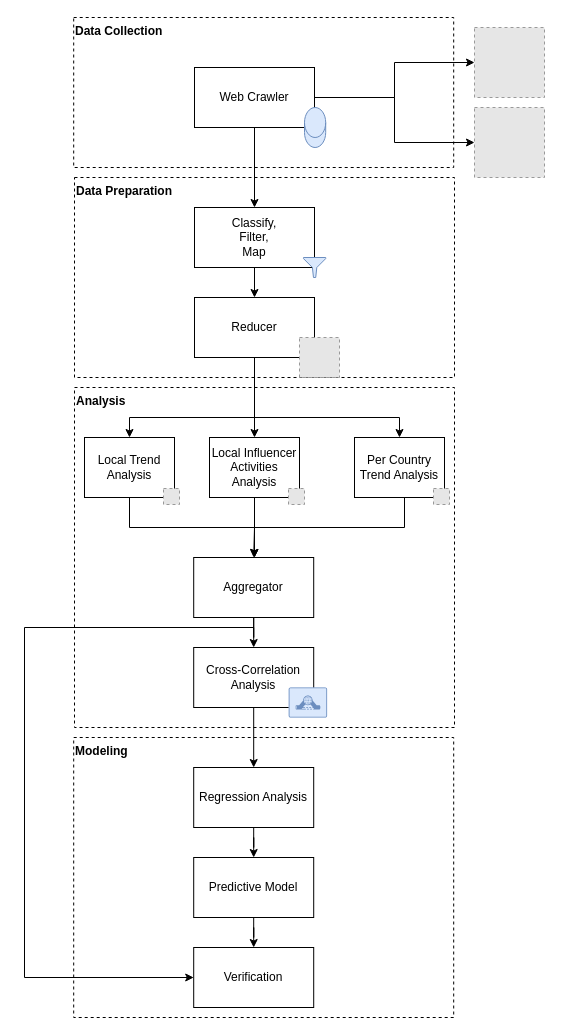
Earlier version of the draw.io diagram cs5344_methodology.drawio (Nickstawns/CS5344). Source tidied: cells renumbered, new cells numbered last; positions are measured from the earlier drawing's top-left corner, leaving out a move shared by most shapes. Both pictures are drawn from the tidied source at 100%, with x=0, y=0 at pixel (24, 17). Pictures stored in the file or linked from it are replaced by grey dashed boxes.
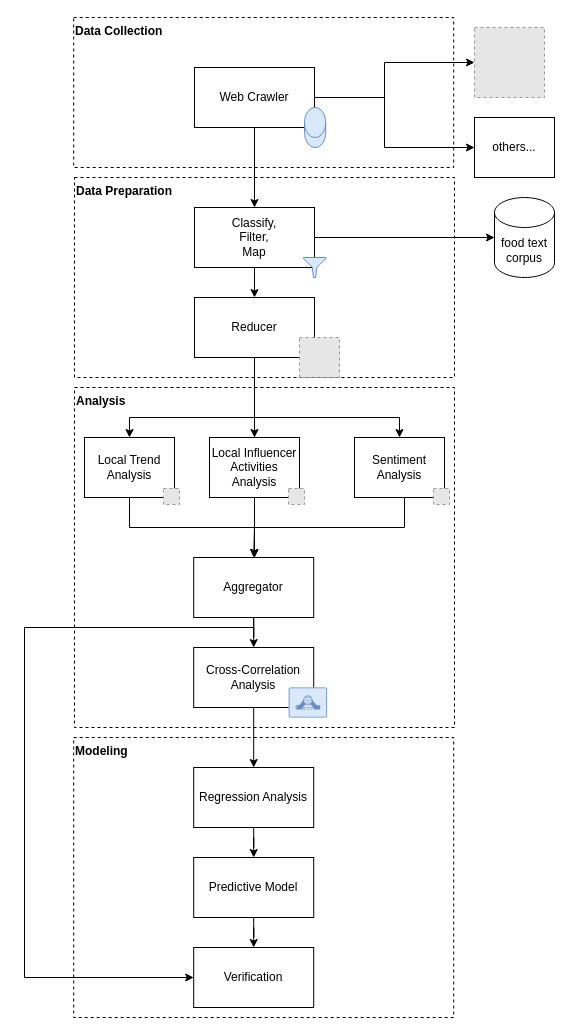
After the change.

The change refers to these unchanged cells:
```xml
<mxCell id="12" value="Web Crawler" style="rounded=0;whiteSpace=wrap;html=1;" parent="1" vertex="1">
  <mxGeometry x="170" y="50" width="120" height="60" as="geometry" />
</mxCell>
<mxCell id="13" style="fillColor=#E6E6E6;strokeColor=#999999;dashed=1;verticalLabelPosition=bottom;labelBackgroundColor=#ffffff;verticalAlign=top;" parent="1" vertex="1">
  <mxGeometry x="450" y="10" width="70" height="70" as="geometry" />
</mxCell>
<mxCell id="16" value="Classify,&lt;br&gt;Filter,&lt;br&gt;Map" style="rounded=0;whiteSpace=wrap;html=1;" parent="1" vertex="1">
  <mxGeometry x="170" y="190" width="120" height="60" as="geometry" />
</mxCell>
<mxCell id="23" value="Reducer" style="rounded=0;whiteSpace=wrap;html=1;" parent="1" vertex="1">
  <mxGeometry x="170" y="280" width="120" height="60" as="geometry" />
</mxCell>
<mxCell id="32" value="Local Influencer Activities Analysis" style="rounded=0;whiteSpace=wrap;html=1;" parent="31" vertex="1">
  <mxGeometry width="90" height="60" as="geometry" />
</mxCell>
<mxCell id="34" style="group;" parent="1" vertex="1">
  <mxGeometry x="330" y="420" width="95" height="67" as="geometry" />
</mxCell>
```

What changed in the source:
```diff
@@
     <mxCell id="9" style="edgeStyle=orthogonalEdgeStyle;rounded=0;jettySize=auto;html=1;" parent="1" edge="1" source="12" target="13">
-      <mxGeometry relative="1" as="geometry" />
+      <mxGeometry relative="1" as="geometry">
+        <Array as="points">
+          <mxPoint x="360" y="80" />
+          <mxPoint x="360" y="45" />
+        </Array>
+      </mxGeometry>
     </mxCell>
-    <mxCell id="10" style="edgeStyle=orthogonalEdgeStyle;rounded=0;jettySize=auto;html=1;" parent="1" edge="1" source="12" target="14">
-      <mxGeometry relative="1" as="geometry" />
+    <mxCell id="10" style="edgeStyle=orthogonalEdgeStyle;rounded=0;jettySize=auto;html=1;" parent="1" edge="1" source="12" target="45">
+      <mxGeometry relative="1" as="geometry">
+        <Array as="points">
+          <mxPoint x="360" y="80" />
+          <mxPoint x="360" y="130" />
+        </Array>
+      </mxGeometry>
     </mxCell>
@@
-    <mxCell id="14" style="fillColor=#E6E6E6;strokeColor=#999999;dashed=1;verticalLabelPosition=bottom;labelBackgroundColor=#ffffff;verticalAlign=top;" parent="1" vertex="1">
-      <mxGeometry x="450" y="90" width="70" height="70" as="geometry" />
-    </mxCell>
@@
+    <mxCell id="44" style="edgeStyle=orthogonalEdgeStyle;rounded=0;jettySize=auto;html=1;" parent="1" edge="1" source="16" target="46">
+      <mxGeometry relative="1" as="geometry" />
+    </mxCell>
@@
-    <mxCell id="22" style="edgeStyle=orthogonalEdgeStyle;rounded=0;jettySize=auto;html=1;" parent="1" edge="1" source="23" target="35">
+    <mxCell id="22" style="edgeStyle=orthogonalEdgeStyle;rounded=0;jettySize=auto;html=1;" parent="1" edge="1" source="32" target="35">
       <mxGeometry relative="1" as="geometry">
         <Array as="points">
           <mxPoint x="230" y="400" />
           <mxPoint x="375" y="400" />
         </Array>
       </mxGeometry>
     </mxCell>
@@
-    <mxCell id="35" value="Per Country Trend Analysis" style="rounded=0;whiteSpace=wrap;html=1;" parent="34" vertex="1">
+    <mxCell id="35" value="Sentiment Analysis" style="rounded=0;whiteSpace=wrap;html=1;" parent="34" vertex="1">
       <mxGeometry width="90" height="60" as="geometry" />
     </mxCell>
@@
+    <mxCell id="45" value="others..." style="rounded=0;whiteSpace=wrap;html=1;" parent="1" vertex="1">
+      <mxGeometry x="450" y="100" width="80" height="60" as="geometry" />
+    </mxCell>
+    <mxCell id="46" value="food text corpus" style="shape=cylinder3;whiteSpace=wrap;html=1;boundedLbl=1;backgroundOutline=1;size=15;" parent="1" vertex="1">
+      <mxGeometry x="470" y="180" width="60" height="80" as="geometry" />
+    </mxCell>
```
